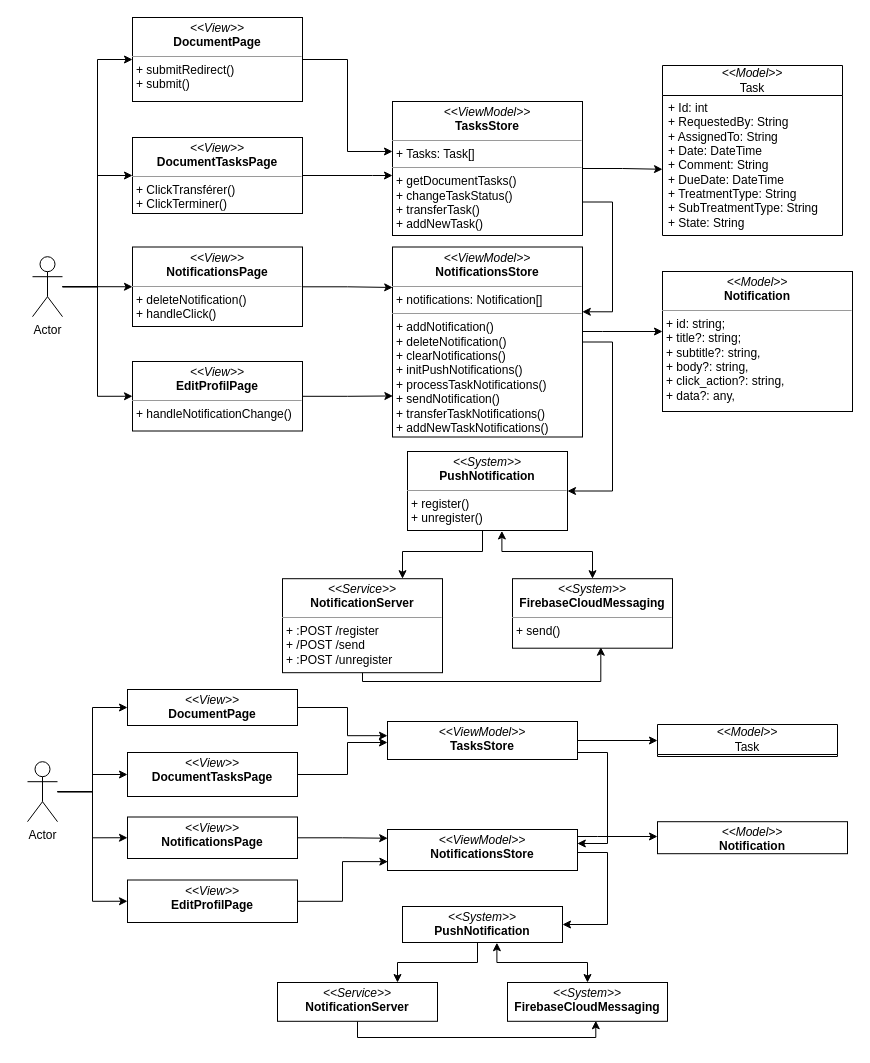
The draw.io diagram dccSprint8.drawio in PFE-Neoledge-2023/rapport, before the edit. Source tidied: cells renumbered, new cells numbered last; positions are measured from the earlier drawing's top-left corner, leaving out a move shared by most shapes. Both pictures are drawn from the tidied source at 100%, with x=0, y=0 at pixel (27, 17).
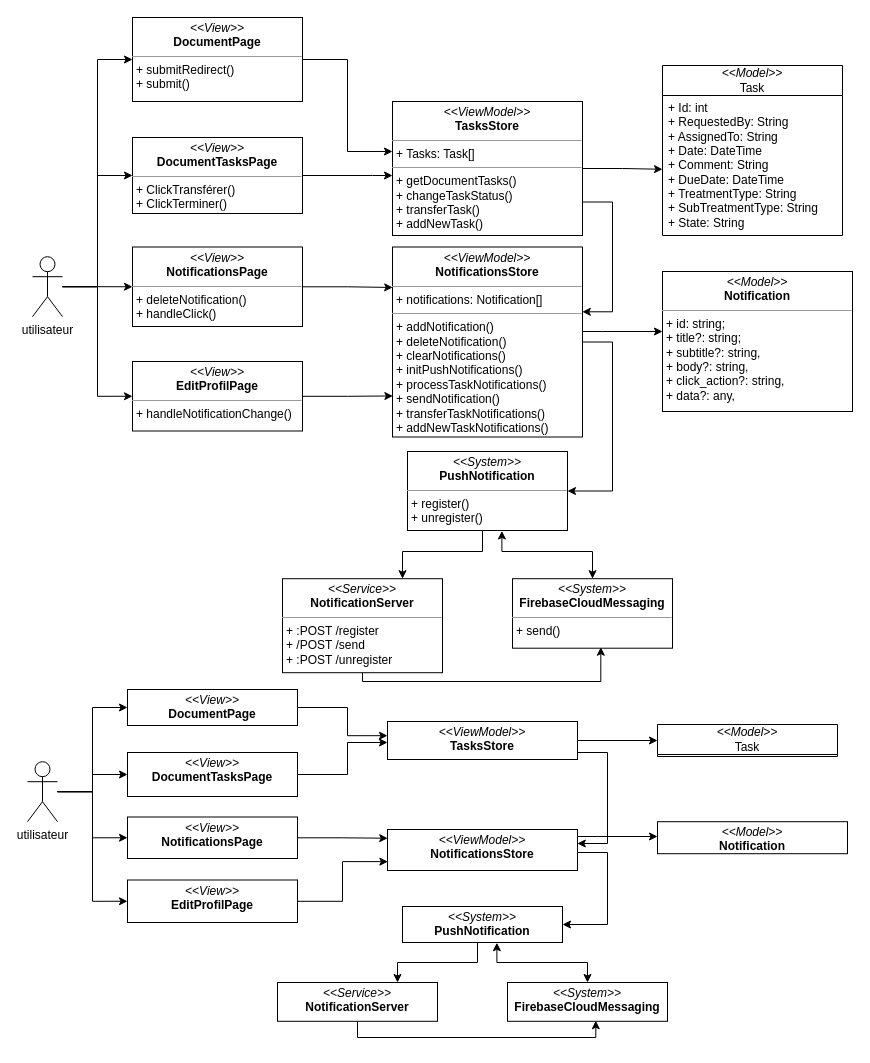
After the change.

Change to the diagram source:
```diff
@@
-    <mxCell id="6" value="Actor" style="shape=umlActor;verticalLabelPosition=bottom;verticalAlign=top;html=1;outlineConnect=0;" parent="1" vertex="1">
+    <mxCell id="6" value="utilisateur" style="shape=umlActor;verticalLabelPosition=bottom;verticalAlign=top;html=1;outlineConnect=0;" parent="1" vertex="1">
       <mxGeometry x="5" y="239.2" width="30" height="60" as="geometry" />
     </mxCell>
@@
-    <mxCell id="34" value="Actor" style="shape=umlActor;verticalLabelPosition=bottom;verticalAlign=top;html=1;outlineConnect=0;" parent="1" vertex="1">
+    <mxCell id="34" value="utilisateur" style="shape=umlActor;verticalLabelPosition=bottom;verticalAlign=top;html=1;outlineConnect=0;" parent="1" vertex="1">
       <mxGeometry y="744.2" width="30" height="60" as="geometry" />
     </mxCell>
```
